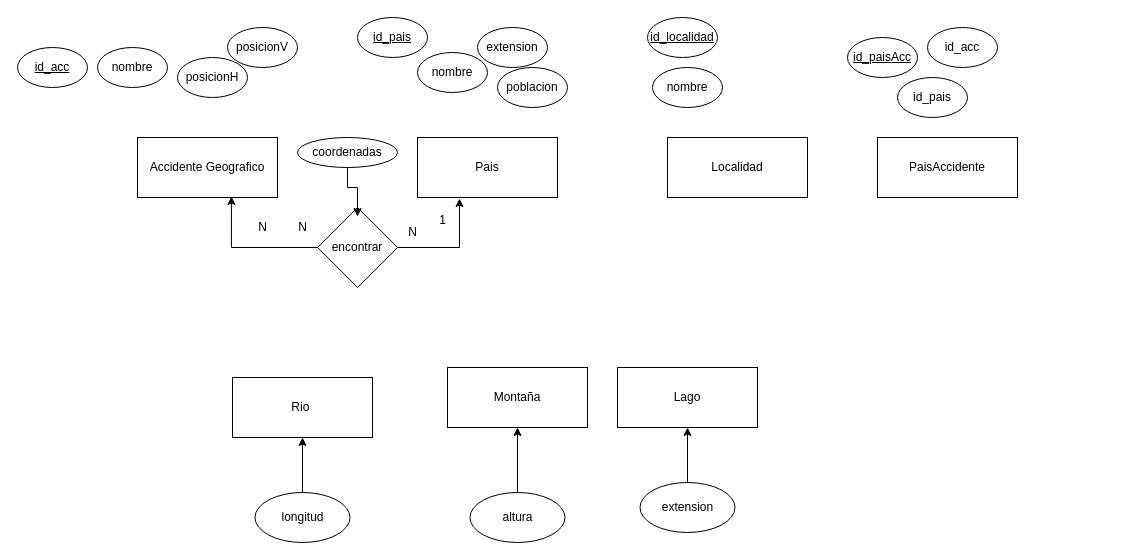
adriii28/amr-tsys-C3U12-11102023 keeps this draw.io diagram as ej11.drawio. Above is the earlier version. Source tidied: cells renumbered, new cells numbered last; positions are measured from the earlier drawing's top-left corner, leaving out a move shared by most shapes. Both pictures are drawn from the tidied source at 100%, with x=0, y=0 at pixel (17, 17).
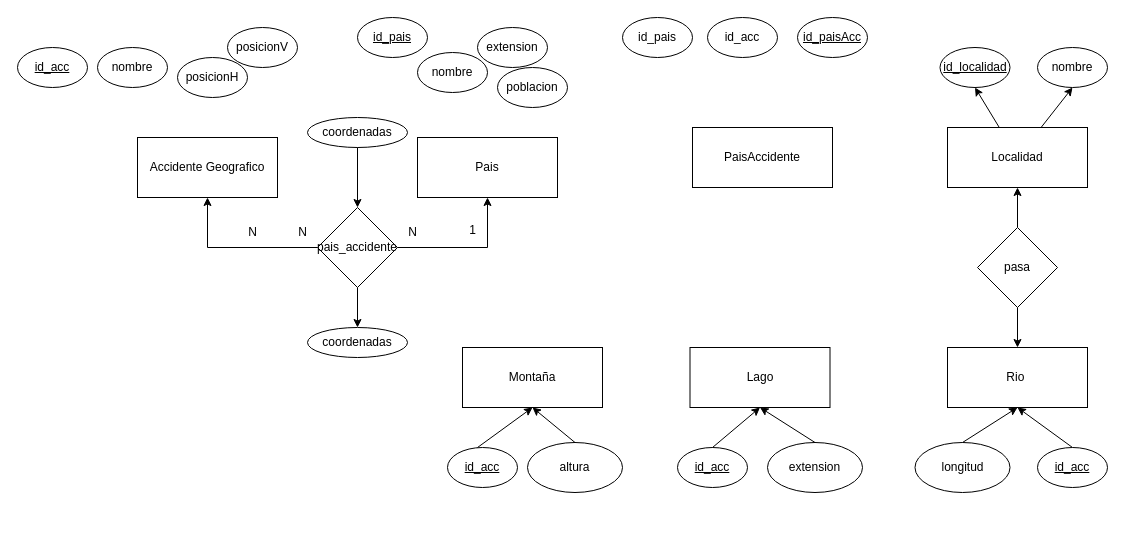
After the change.

Unchanged cells that the change refers to:
```xml
<mxCell id="2" value="Accidente Geografico" style="rounded=0;whiteSpace=wrap;html=1;" parent="1" vertex="1">
  <mxGeometry x="120" y="120" width="140" height="60" as="geometry" />
</mxCell>
<mxCell id="6" value="Pais" style="rounded=0;whiteSpace=wrap;html=1;" parent="1" vertex="1">
  <mxGeometry x="400" y="120" width="140" height="60" as="geometry" />
</mxCell>
```

The edit, as a diff of the source:
```diff
@@
     <mxCell id="3" value="Rio&amp;nbsp;" style="rounded=0;whiteSpace=wrap;html=1;" parent="1" vertex="1">
-      <mxGeometry x="215" y="360" width="140" height="60" as="geometry" />
+      <mxGeometry x="930" y="330" width="140" height="60" as="geometry" />
     </mxCell>
     <mxCell id="4" value="Montaña" style="rounded=0;whiteSpace=wrap;html=1;" parent="1" vertex="1">
-      <mxGeometry x="430" y="350" width="140" height="60" as="geometry" />
+      <mxGeometry x="445" y="330" width="140" height="60" as="geometry" />
     </mxCell>
     <mxCell id="5" value="Lago" style="rounded=0;whiteSpace=wrap;html=1;" parent="1" vertex="1">
-      <mxGeometry x="600" y="350" width="140" height="60" as="geometry" />
+      <mxGeometry x="672.5" y="330" width="140" height="60" as="geometry" />
     </mxCell>
@@
+    <mxCell id="37" style="edgeStyle=none;rounded=0;jettySize=auto;html=1;entryX=0.5;entryY=1;entryDx=0;entryDy=0;" parent="1" edge="1" source="7" target="11">
+      <mxGeometry relative="1" as="geometry" />
+    </mxCell>
+    <mxCell id="38" style="edgeStyle=none;rounded=0;jettySize=auto;html=1;entryX=0.5;entryY=1;entryDx=0;entryDy=0;" parent="1" edge="1" source="7" target="25">
+      <mxGeometry relative="1" as="geometry" />
+    </mxCell>
     <mxCell id="7" value="Localidad" style="rounded=0;whiteSpace=wrap;html=1;" parent="1" vertex="1">
-      <mxGeometry x="650" y="120" width="140" height="60" as="geometry" />
+      <mxGeometry x="930" y="110" width="140" height="60" as="geometry" />
     </mxCell>
     <mxCell id="8" value="PaisAccidente" style="rounded=0;whiteSpace=wrap;html=1;" parent="1" vertex="1">
-      <mxGeometry x="860" y="120" width="140" height="60" as="geometry" />
+      <mxGeometry x="675" y="110" width="140" height="60" as="geometry" />
     </mxCell>
@@
-    <mxCell id="10" style="edgeStyle=orthogonalEdgeStyle;rounded=0;jettySize=auto;html=1;entryX=0.5;entryY=1;entryDx=0;entryDy=0;" parent="1" edge="1" source="12" target="3">
+    <mxCell id="10" style="rounded=0;jettySize=auto;html=1;entryX=0.5;entryY=1;entryDx=0;entryDy=0;exitX=0.5;exitY=0;exitDx=0;exitDy=0;" parent="1" edge="1" source="40" target="3">
       <mxGeometry relative="1" as="geometry" />
     </mxCell>
     <mxCell id="11" value="id_localidad" style="ellipse;whiteSpace=wrap;html=1;fontStyle=4;" parent="1" vertex="1">
-      <mxGeometry x="630" width="70" height="40" as="geometry" />
+      <mxGeometry x="922.5" y="30" width="70" height="40" as="geometry" />
     </mxCell>
     <mxCell id="12" value="longitud" style="ellipse;whiteSpace=wrap;html=1;" parent="1" vertex="1">
-      <mxGeometry x="237.5" y="475" width="95" height="50" as="geometry" />
+      <mxGeometry x="897.5" y="425" width="95" height="50" as="geometry" />
     </mxCell>
     <mxCell id="13" value="&lt;div&gt;id_paisAcc&lt;/div&gt;" style="ellipse;whiteSpace=wrap;html=1;fontStyle=4;" parent="1" vertex="1">
-      <mxGeometry x="830" y="20" width="70" height="40" as="geometry" />
+      <mxGeometry x="780" width="70" height="40" as="geometry" />
     </mxCell>
-    <mxCell id="14" style="edgeStyle=orthogonalEdgeStyle;rounded=0;jettySize=auto;html=1;entryX=0.5;entryY=1;entryDx=0;entryDy=0;" parent="1" edge="1" source="16" target="4">
-      <mxGeometry relative="1" as="geometry" />
-    </mxCell>
@@
     <mxCell id="16" value="altura" style="ellipse;whiteSpace=wrap;html=1;" parent="1" vertex="1">
-      <mxGeometry x="452.5" y="475" width="95" height="50" as="geometry" />
+      <mxGeometry x="510" y="425" width="95" height="50" as="geometry" />
     </mxCell>
@@
-    <mxCell id="18" style="edgeStyle=orthogonalEdgeStyle;rounded=0;jettySize=auto;html=1;entryX=0.5;entryY=1;entryDx=0;entryDy=0;" parent="1" edge="1" source="20" target="5">
-      <mxGeometry relative="1" as="geometry" />
-    </mxCell>
@@
     <mxCell id="20" value="extension" style="ellipse;whiteSpace=wrap;html=1;" parent="1" vertex="1">
-      <mxGeometry x="622.5" y="465" width="95" height="50" as="geometry" />
+      <mxGeometry x="750" y="425" width="95" height="50" as="geometry" />
     </mxCell>
@@
     <mxCell id="25" value="nombre" style="ellipse;whiteSpace=wrap;html=1;fontStyle=0;" parent="1" vertex="1">
-      <mxGeometry x="635" y="50" width="70" height="40" as="geometry" />
+      <mxGeometry x="1020" y="30" width="70" height="40" as="geometry" />
     </mxCell>
     <mxCell id="26" value="&lt;div&gt;id_pais&lt;/div&gt;" style="ellipse;whiteSpace=wrap;html=1;fontStyle=0;" parent="1" vertex="1">
-      <mxGeometry x="880" y="60" width="70" height="40" as="geometry" />
+      <mxGeometry x="605" width="70" height="40" as="geometry" />
     </mxCell>
     <mxCell id="27" value="&lt;div&gt;id_acc&lt;/div&gt;" style="ellipse;whiteSpace=wrap;html=1;fontStyle=0;" parent="1" vertex="1">
-      <mxGeometry x="910" y="10" width="70" height="40" as="geometry" />
+      <mxGeometry x="690" width="70" height="40" as="geometry" />
     </mxCell>
+    <mxCell id="39" style="edgeStyle=none;rounded=0;jettySize=auto;html=1;exitX=0.5;exitY=1;exitDx=0;exitDy=0;entryX=0.5;entryY=0;entryDx=0;entryDy=0;" parent="1" edge="1" source="28" target="49">
+      <mxGeometry relative="1" as="geometry" />
+    </mxCell>
-    <mxCell id="28" value="encontrar" style="rhombus;whiteSpace=wrap;html=1;" parent="1" vertex="1">
+    <mxCell id="28" value="pais_accidente" style="rhombus;whiteSpace=wrap;html=1;" parent="1" vertex="1">
       <mxGeometry x="300" y="190" width="80" height="80" as="geometry" />
     </mxCell>
-    <mxCell id="29" style="edgeStyle=orthogonalEdgeStyle;rounded=0;jettySize=auto;html=1;entryX=0.671;entryY=0.983;entryDx=0;entryDy=0;entryPerimeter=0;" parent="1" edge="1" source="28" target="2">
+    <mxCell id="29" style="edgeStyle=orthogonalEdgeStyle;rounded=0;jettySize=auto;html=1;entryX=0.5;entryY=1;entryDx=0;entryDy=0;" parent="1" edge="1" source="28" target="2">
       <mxGeometry relative="1" as="geometry" />
     </mxCell>
-    <mxCell id="30" style="edgeStyle=orthogonalEdgeStyle;rounded=0;jettySize=auto;html=1;entryX=0.3;entryY=1.017;entryDx=0;entryDy=0;entryPerimeter=0;" parent="1" edge="1" source="28" target="6">
+    <mxCell id="30" style="edgeStyle=orthogonalEdgeStyle;rounded=0;jettySize=auto;html=1;entryX=0.5;entryY=1;entryDx=0;entryDy=0;" parent="1" edge="1" source="28" target="6">
       <mxGeometry relative="1" as="geometry" />
     </mxCell>
     <mxCell id="31" value="coordenadas" style="ellipse;whiteSpace=wrap;html=1;" parent="1" vertex="1">
-      <mxGeometry x="280" y="120" width="100" height="30" as="geometry" />
+      <mxGeometry x="290" y="100" width="100" height="30" as="geometry" />
     </mxCell>
-    <mxCell id="32" style="edgeStyle=orthogonalEdgeStyle;rounded=0;jettySize=auto;html=1;entryX=0.5;entryY=0.113;entryDx=0;entryDy=0;entryPerimeter=0;" parent="1" edge="1" source="31" target="28">
+    <mxCell id="32" style="edgeStyle=orthogonalEdgeStyle;rounded=0;jettySize=auto;html=1;entryX=0.5;entryY=0;entryDx=0;entryDy=0;" parent="1" edge="1" source="31" target="28">
       <mxGeometry relative="1" as="geometry" />
     </mxCell>
+    <mxCell id="40" value="id_acc" style="ellipse;whiteSpace=wrap;html=1;fontStyle=4;" parent="1" vertex="1">
+      <mxGeometry x="1020" y="430" width="70" height="40" as="geometry" />
+    </mxCell>
@@
+    <mxCell id="41" value="id_acc" style="ellipse;whiteSpace=wrap;html=1;fontStyle=4;" parent="1" vertex="1">
+      <mxGeometry x="430" y="430" width="70" height="40" as="geometry" />
+    </mxCell>
     <mxCell id="34" value="&lt;div&gt;1&lt;/div&gt;&lt;div&gt;&lt;br&gt;&lt;/div&gt;" style="text;html=1;align=center;verticalAlign=middle;strokeColor=none;fillColor=none;" parent="1" vertex="1">
-      <mxGeometry x="410" y="190" width="30" height="40" as="geometry" />
+      <mxGeometry x="440" y="200" width="30" height="40" as="geometry" />
     </mxCell>
+    <mxCell id="42" value="id_acc" style="ellipse;whiteSpace=wrap;html=1;fontStyle=4;" parent="1" vertex="1">
+      <mxGeometry x="660" y="430" width="70" height="40" as="geometry" />
+    </mxCell>
     <mxCell id="35" value="N" style="text;html=1;align=center;verticalAlign=middle;strokeColor=none;fillColor=none;" parent="1" vertex="1">
-      <mxGeometry x="270" y="195" width="30" height="30" as="geometry" />
+      <mxGeometry x="270" y="200" width="30" height="30" as="geometry" />
     </mxCell>
+    <mxCell id="43" style="rounded=0;jettySize=auto;html=1;entryX=0.5;entryY=1;entryDx=0;entryDy=0;exitX=0.5;exitY=0;exitDx=0;exitDy=0;" parent="1" edge="1" source="12" target="3">
+      <mxGeometry relative="1" as="geometry" />
+    </mxCell>
     <mxCell id="36" value="N" style="text;html=1;align=center;verticalAlign=middle;strokeColor=none;fillColor=none;" parent="1" vertex="1">
-      <mxGeometry x="230" y="195" width="30" height="30" as="geometry" />
+      <mxGeometry x="220" y="200" width="30" height="30" as="geometry" />
     </mxCell>
+    <mxCell id="14" style="rounded=0;jettySize=auto;html=1;entryX=0.5;entryY=1;entryDx=0;entryDy=0;exitX=0.5;exitY=0;exitDx=0;exitDy=0;" parent="1" edge="1" source="16" target="4">
+      <mxGeometry relative="1" as="geometry" />
+    </mxCell>
+    <mxCell id="44" style="rounded=0;jettySize=auto;html=1;entryX=0.5;entryY=1;entryDx=0;entryDy=0;exitX=0.429;exitY=0;exitDx=0;exitDy=0;exitPerimeter=0;" parent="1" edge="1" source="41" target="4">
+      <mxGeometry relative="1" as="geometry" />
+    </mxCell>
+    <mxCell id="45" style="rounded=0;jettySize=auto;html=1;entryX=0.5;entryY=1;entryDx=0;entryDy=0;exitX=0.5;exitY=0;exitDx=0;exitDy=0;" parent="1" edge="1" source="42" target="5">
+      <mxGeometry relative="1" as="geometry" />
+    </mxCell>
+    <mxCell id="18" style="rounded=0;jettySize=auto;html=1;entryX=0.5;entryY=1;entryDx=0;entryDy=0;exitX=0.5;exitY=0;exitDx=0;exitDy=0;" parent="1" edge="1" source="20" target="5">
+      <mxGeometry relative="1" as="geometry" />
+    </mxCell>
+    <mxCell id="46" style="edgeStyle=none;rounded=0;jettySize=auto;html=1;entryX=0.5;entryY=0;entryDx=0;entryDy=0;" parent="1" edge="1" source="48" target="3">
+      <mxGeometry relative="1" as="geometry" />
+    </mxCell>
+    <mxCell id="47" style="edgeStyle=none;rounded=0;jettySize=auto;html=1;entryX=0.5;entryY=1;entryDx=0;entryDy=0;" parent="1" edge="1" source="48" target="7">
+      <mxGeometry relative="1" as="geometry" />
+    </mxCell>
+    <mxCell id="48" value="pasa" style="rhombus;whiteSpace=wrap;html=1;" parent="1" vertex="1">
+      <mxGeometry x="960" y="210" width="80" height="80" as="geometry" />
+    </mxCell>
+    <mxCell id="49" value="coordenadas" style="ellipse;whiteSpace=wrap;html=1;" parent="1" vertex="1">
+      <mxGeometry x="290" y="310" width="100" height="30" as="geometry" />
+    </mxCell>
```
